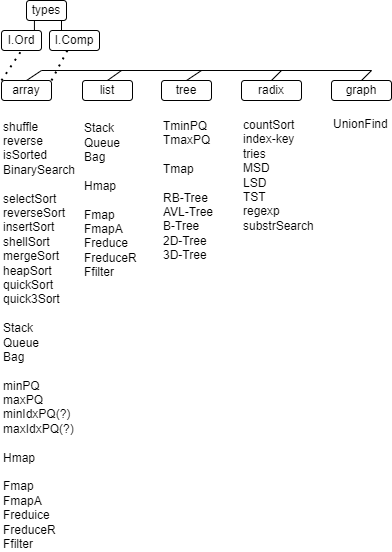
Earlier version of the draw.io export pics/algos.png (kselnaag/algos). Source tidied: cells renumbered, new cells last; positions are measured from the earlier drawing's top-left corner, leaving out a move shared by most shapes.
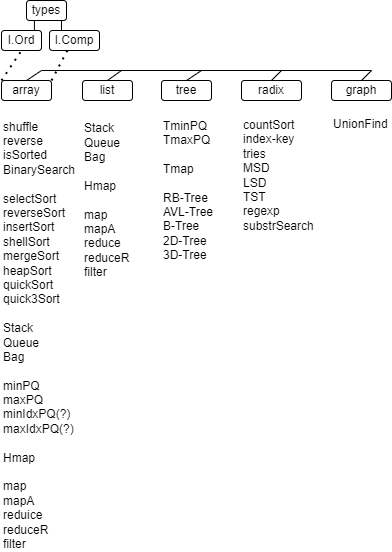
The same file after the commit.

Change to the diagram source:
```diff
@@ -17,10 +17,10 @@
     <mxCell id="6" value="graph" style="rounded=1;whiteSpace=wrap;html=1;fontColor=#000000;fillColor=none;strokeColor=#000000;" parent="1" vertex="1">
       <mxGeometry x="330" y="80" width="60" height="20" as="geometry" />
     </mxCell>
-    <mxCell id="7" value="shuffle&lt;br&gt;reverse&lt;br&gt;isSorted&lt;br&gt;BinarySearch&lt;br&gt;&lt;br&gt;selectSort&lt;br&gt;reverseSort&lt;br&gt;insertSort&lt;br&gt;shellSort&lt;br&gt;mergeSort&lt;br&gt;heapSort&lt;br&gt;quickSort&lt;br&gt;quick3Sort&lt;br&gt;&lt;br&gt;Stack&lt;br&gt;Queue&lt;br&gt;Bag&lt;br&gt;&lt;br&gt;minPQ&lt;br&gt;maxPQ&lt;br&gt;minIdxPQ(?)&lt;br&gt;maxIdxPQ(?)&lt;br&gt;&lt;br&gt;Hmap&lt;br&gt;&lt;br&gt;Fmap&lt;br&gt;FmapA&lt;br&gt;Freduice&lt;br&gt;FreduceR&lt;br&gt;Ffilter" style="text;html=1;strokeColor=none;fillColor=none;align=left;verticalAlign=middle;whiteSpace=wrap;rounded=0;fontColor=#000000;" parent="1" vertex="1">
+    <mxCell id="7" value="shuffle&lt;br&gt;reverse&lt;br&gt;isSorted&lt;br&gt;BinarySearch&lt;br&gt;&lt;br&gt;selectSort&lt;br&gt;reverseSort&lt;br&gt;insertSort&lt;br&gt;shellSort&lt;br&gt;mergeSort&lt;br&gt;heapSort&lt;br&gt;quickSort&lt;br&gt;quick3Sort&lt;br&gt;&lt;br&gt;Stack&lt;br&gt;Queue&lt;br&gt;Bag&lt;br&gt;&lt;br&gt;minPQ&lt;br&gt;maxPQ&lt;br&gt;minIdxPQ(?)&lt;br&gt;maxIdxPQ(?)&lt;br&gt;&lt;br&gt;Hmap&lt;br&gt;&lt;br&gt;map&lt;br&gt;mapA&lt;br&gt;reduice&lt;br&gt;reduceR&lt;br&gt;filter" style="text;html=1;strokeColor=none;fillColor=none;align=left;verticalAlign=middle;whiteSpace=wrap;rounded=0;fontColor=#000000;" parent="1" vertex="1">
       <mxGeometry y="120" width="66" height="430" as="geometry" />
     </mxCell>
-    <mxCell id="8" value="Stack&lt;br&gt;Queue&lt;br&gt;Bag&lt;br&gt;&lt;br&gt;Hmap&lt;br&gt;&lt;br&gt;Fmap&lt;br&gt;FmapA&lt;br&gt;Freduce&lt;br&gt;FreduceR&lt;br&gt;Ffilter" style="text;html=1;strokeColor=none;fillColor=none;align=left;verticalAlign=middle;whiteSpace=wrap;rounded=0;fontColor=#000000;" parent="1" vertex="1">
+    <mxCell id="8" value="Stack&lt;br&gt;Queue&lt;br&gt;Bag&lt;br&gt;&lt;br&gt;Hmap&lt;br&gt;&lt;br&gt;map&lt;br&gt;mapA&lt;br&gt;reduce&lt;br&gt;reduceR&lt;br&gt;filter" style="text;html=1;strokeColor=none;fillColor=none;align=left;verticalAlign=middle;whiteSpace=wrap;rounded=0;fontColor=#000000;" parent="1" vertex="1">
       <mxGeometry x="81" y="120" width="66" height="160" as="geometry" />
     </mxCell>
     <mxCell id="9" value="countSort&lt;br&gt;index-key&lt;br&gt;tries&lt;br&gt;MSD&lt;br&gt;LSD&lt;br&gt;TST&lt;br&gt;regexp&lt;br&gt;substrSearch" style="text;html=1;strokeColor=none;fillColor=none;align=left;verticalAlign=middle;whiteSpace=wrap;rounded=0;fontColor=#000000;" parent="1" vertex="1">
```
